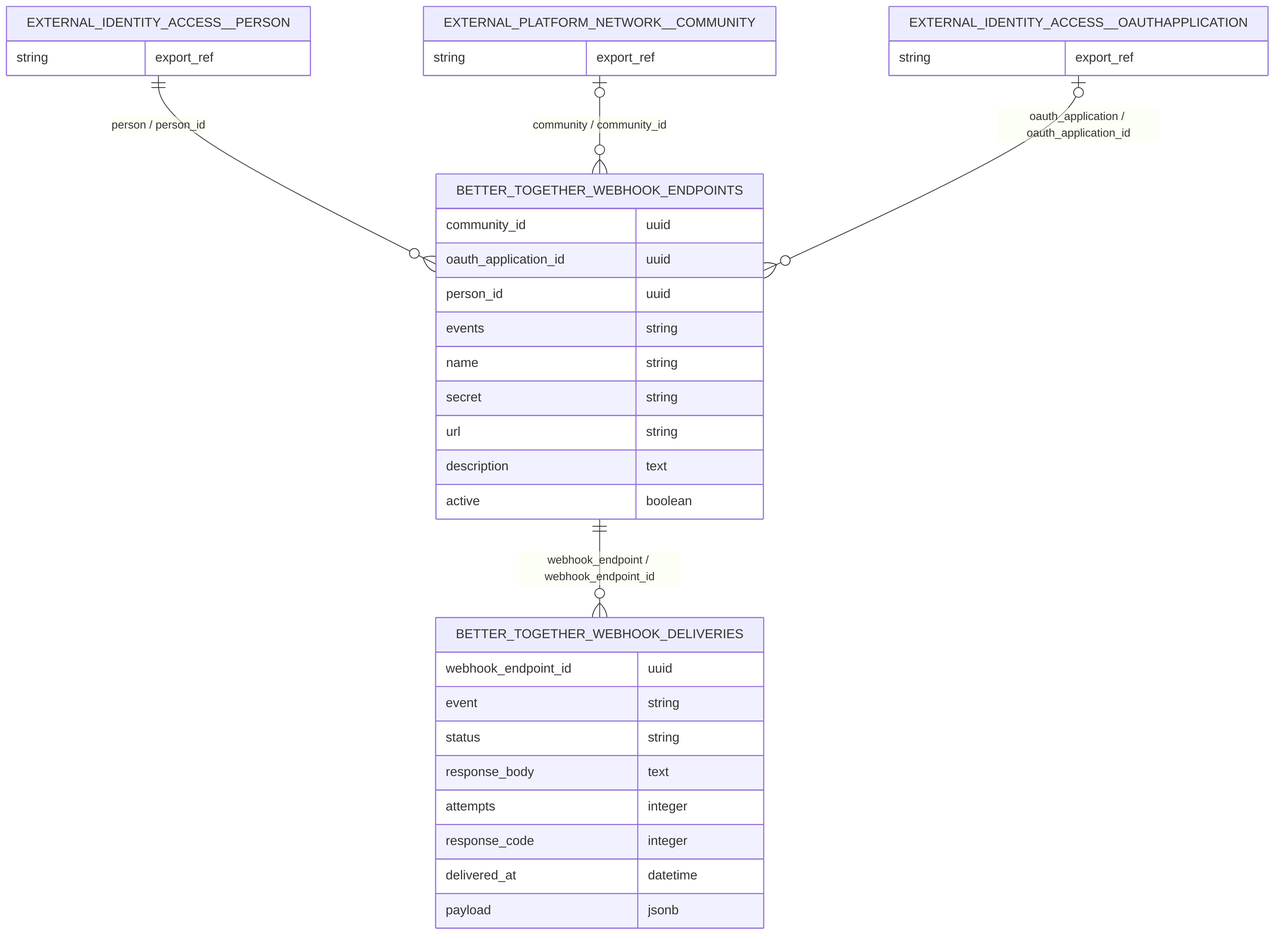
Earlier version of the Mermaid export docs/diagrams/exports/png/ce_integrations_webhooks_schema_erd.png (better-together-org/community-engine-rails). Its source is kept beside it as docs/diagrams/source/ce_integrations_webhooks_schema_erd.mmd.
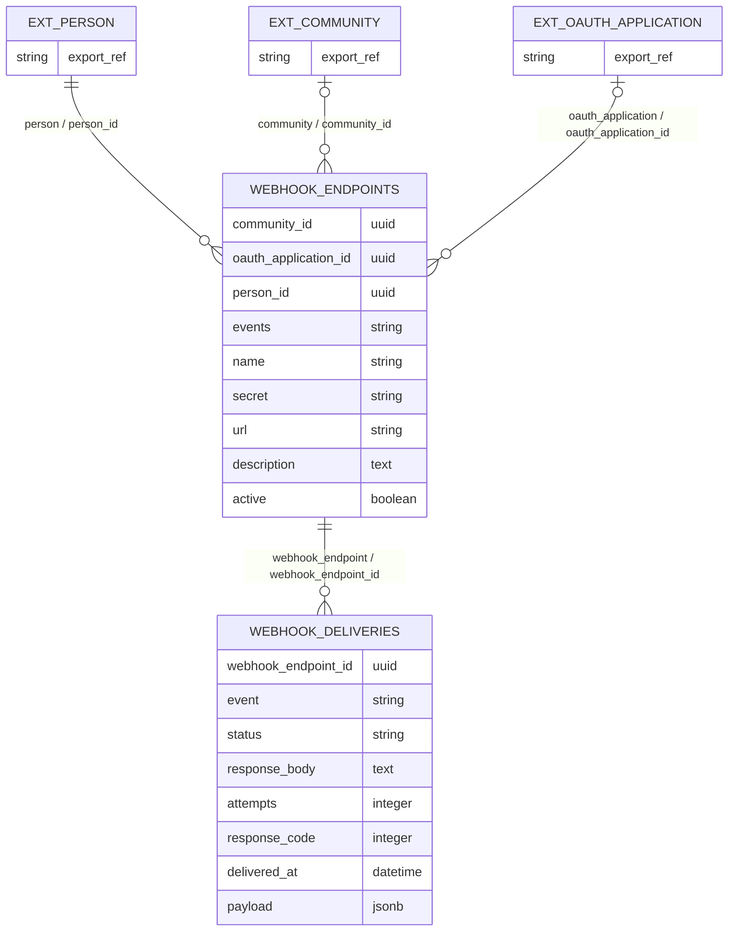
Later version of the same file.

The edit, as a diff of the source:
```diff
@@ -1,10 +1,10 @@
 erDiagram
-  BETTER_TOGETHER_WEBHOOK_ENDPOINTS ||--o{ BETTER_TOGETHER_WEBHOOK_DELIVERIES : "webhook_endpoint / webhook_endpoint_id"
-  EXTERNAL_IDENTITY_ACCESS__PERSON ||--o{ BETTER_TOGETHER_WEBHOOK_ENDPOINTS : "person / person_id"
-  EXTERNAL_PLATFORM_NETWORK__COMMUNITY o|--o{ BETTER_TOGETHER_WEBHOOK_ENDPOINTS : "community / community_id"
-  EXTERNAL_IDENTITY_ACCESS__OAUTHAPPLICATION o|--o{ BETTER_TOGETHER_WEBHOOK_ENDPOINTS : "oauth_application / oauth_application_id"
+  WEBHOOK_ENDPOINTS ||--o{ WEBHOOK_DELIVERIES : "webhook_endpoint / webhook_endpoint_id"
+  EXT_PERSON ||--o{ WEBHOOK_ENDPOINTS : "person / person_id"
+  EXT_COMMUNITY o|--o{ WEBHOOK_ENDPOINTS : "community / community_id"
+  EXT_OAUTH_APPLICATION o|--o{ WEBHOOK_ENDPOINTS : "oauth_application / oauth_application_id"
 
-  BETTER_TOGETHER_WEBHOOK_DELIVERIES {
+  WEBHOOK_DELIVERIES {
     webhook_endpoint_id uuid
     event string
     status string
@@ -15,7 +15,7 @@
     payload jsonb
   }
 
-  BETTER_TOGETHER_WEBHOOK_ENDPOINTS {
+  WEBHOOK_ENDPOINTS {
     community_id uuid
     oauth_application_id uuid
     person_id uuid
@@ -27,14 +27,14 @@
     active boolean
   }
 
-  EXTERNAL_IDENTITY_ACCESS__PERSON {
+  EXT_PERSON {
     string export_ref
   }
 
-  EXTERNAL_PLATFORM_NETWORK__COMMUNITY {
+  EXT_COMMUNITY {
     string export_ref
   }
 
-  EXTERNAL_IDENTITY_ACCESS__OAUTHAPPLICATION {
+  EXT_OAUTH_APPLICATION {
     string export_ref
   }
```
